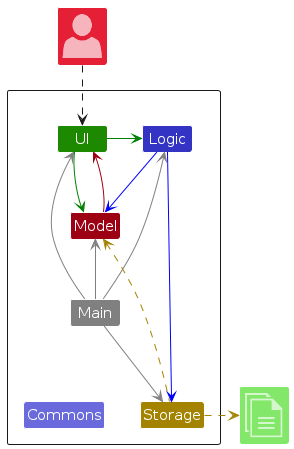
Earlier version of the PlantUML export diagrams/ArchitectureDiagram.png (AY2324S1-CS2103T-T11-3/tp). Its source is kept beside it as diagrams/ArchitectureDiagram.puml.
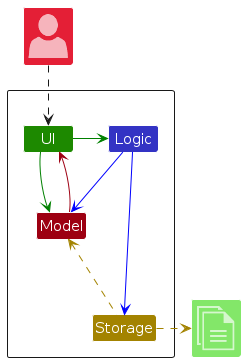
The same file after the commit.

Change to the diagram source:
```diff
@@ -9,24 +9,16 @@
     Class Logic LOGIC_COLOR
     Class Storage STORAGE_COLOR
     Class Model MODEL_COLOR
-    Class Main #grey
-    Class Commons LOGIC_COLOR_T2
 }
 
 Class "<$user>" as User MODEL_COLOR_T2
 Class "<$documents>" as File UI_COLOR_T1
-
 
 UI -[#green]> Logic
 UI -right[#green]-> Model
 Logic -[#blue]-> Storage
 Logic -down[#blue]-> Model
 Model -up[MODEL_COLOR]-> UI
-Main -[#grey]-> UI
-Main -[#grey]-> Logic
-Main -[#grey]-> Storage
-Main -up[#grey]-> Model
-Main -down[hidden]-> Commons
 
 Storage -up[STORAGE_COLOR].> Model
 Storage .right[STORAGE_COLOR].>File
```
